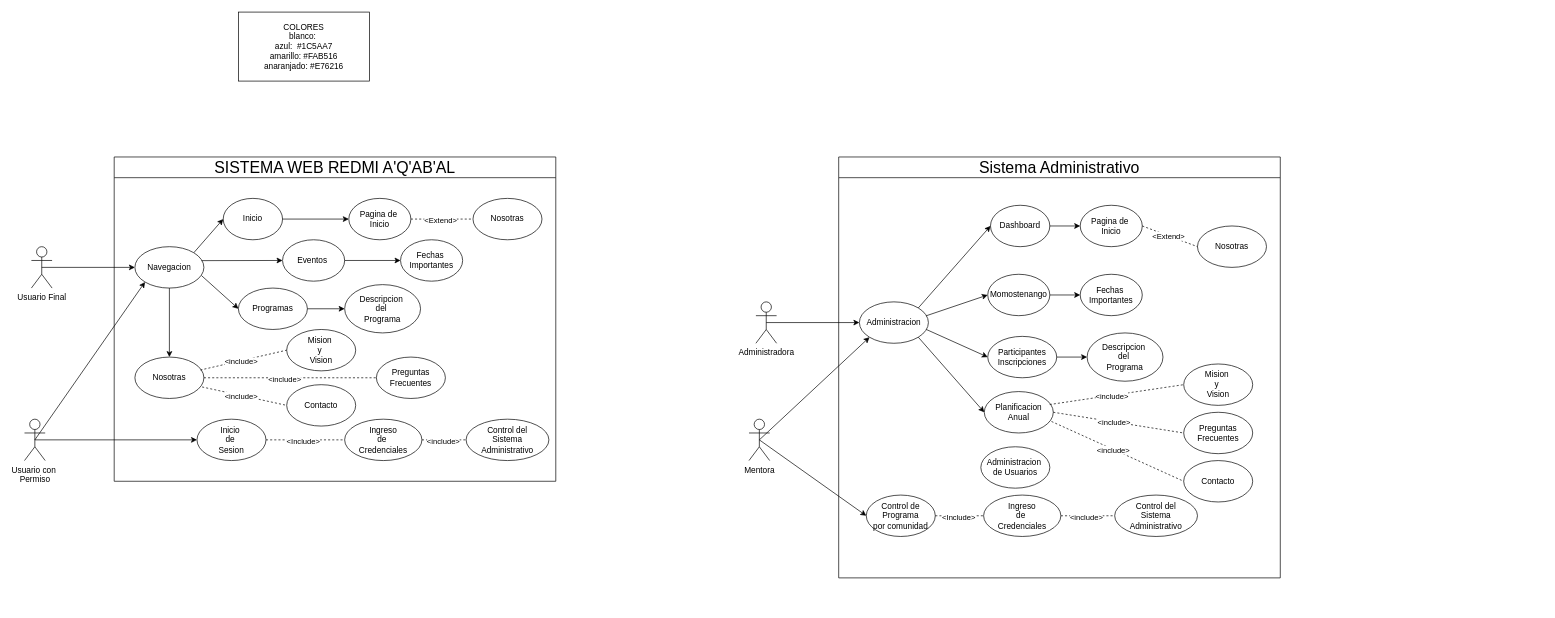
NealD00/Diagramin keeps this draw.io diagram as page "Casos de Uso" (2 of 2) of REDMI.drawio. Above is the earlier version. Source tidied: cells renumbered, new cells numbered last; positions are measured from the earlier drawing's top-left corner, leaving out a move shared by most shapes. Both pictures are drawn from the tidied source at 69%, with x=0, y=0 at pixel (24, 12).
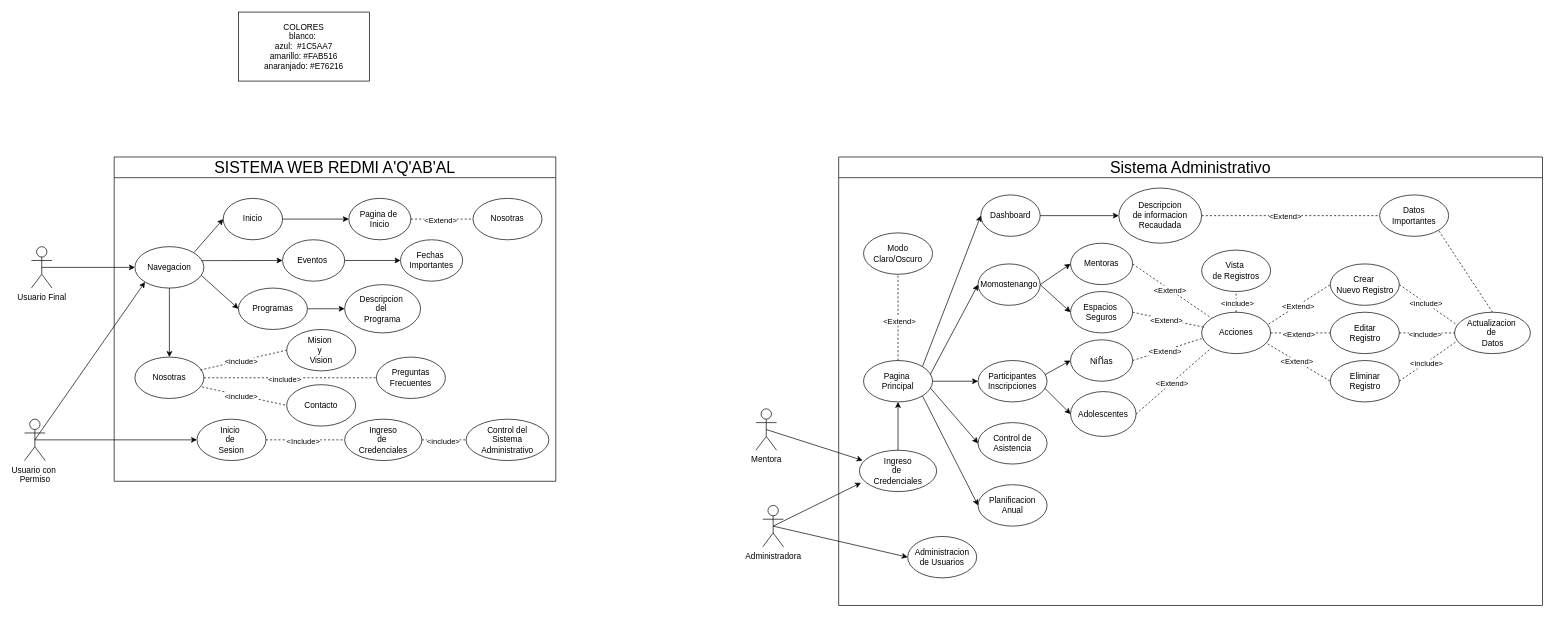
The same page after the edit.

Unchanged cells that the change refers to:
```xml
<mxCell id="12" value="Navegacion" style="ellipse;whiteSpace=wrap;html=1;" parent="3" vertex="1">
  <mxGeometry x="30" y="130" width="100" height="60" as="geometry" />
</mxCell>
```

What changed in the source:
```diff
@@
     <mxCell id="41" value="&lt;span style=&quot;font-size: 23px; font-weight: 400;&quot;&gt;Sistema Administrativo&lt;/span&gt;" style="swimlane;whiteSpace=wrap;html=1;startSize=30;fillColor=default;" parent="1" vertex="1">
-      <mxGeometry x="1180" y="210" width="640" height="610" as="geometry" />
+      <mxGeometry x="1180" y="210" width="1020" height="650" as="geometry" />
     </mxCell>
     <mxCell id="42" value="Dashboard" style="ellipse;whiteSpace=wrap;html=1;" parent="41" vertex="1">
-      <mxGeometry x="220" y="70" width="86" height="60" as="geometry" />
+      <mxGeometry x="206" y="55" width="86" height="60" as="geometry" />
     </mxCell>
-    <mxCell id="43" value="Pagina de&amp;nbsp;&lt;div&gt;Inicio&lt;/div&gt;" style="ellipse;whiteSpace=wrap;html=1;" parent="41" vertex="1">
-      <mxGeometry x="350" y="70" width="90" height="60" as="geometry" />
+    <mxCell id="43" value="Descripcion&lt;div&gt;de informacion&lt;/div&gt;&lt;div&gt;Recaudada&lt;/div&gt;" style="ellipse;whiteSpace=wrap;html=1;" parent="41" vertex="1">
+      <mxGeometry x="406" y="45" width="120" height="80" as="geometry" />
     </mxCell>
@@
     <mxCell id="45" value="Participantes&lt;div&gt;Inscripciones&lt;/div&gt;" style="ellipse;whiteSpace=wrap;html=1;" parent="41" vertex="1">
-      <mxGeometry x="216" y="260" width="100" height="60" as="geometry" />
+      <mxGeometry x="202" y="295" width="100" height="60" as="geometry" />
     </mxCell>
     <mxCell id="46" value="Momostenango" style="ellipse;whiteSpace=wrap;html=1;" parent="41" vertex="1">
-      <mxGeometry x="216" y="170" width="90" height="60" as="geometry" />
+      <mxGeometry x="202" y="155" width="90" height="60" as="geometry" />
     </mxCell>
-    <mxCell id="47" value="Fechas&amp;nbsp;&lt;div&gt;Importantes&lt;/div&gt;" style="ellipse;whiteSpace=wrap;html=1;" parent="41" vertex="1">
-      <mxGeometry x="350" y="170" width="90" height="60" as="geometry" />
+    <mxCell id="47" value="Mentoras" style="ellipse;whiteSpace=wrap;html=1;" parent="41" vertex="1">
+      <mxGeometry x="336" y="125" width="90" height="60" as="geometry" />
     </mxCell>
-    <mxCell id="48" value="Descripcion&amp;nbsp;&lt;div&gt;del&amp;nbsp;&lt;/div&gt;&lt;div&gt;Programa&lt;/div&gt;" style="ellipse;whiteSpace=wrap;html=1;" parent="41" vertex="1">
-      <mxGeometry x="360" y="255" width="110" height="70" as="geometry" />
+    <mxCell id="48" value="Ni&lt;span style=&quot;color: rgb(32, 33, 34); font-family: sans-serif; font-size: 16px; text-align: start; background-color: rgb(255, 255, 255);&quot;&gt;ñ&lt;/span&gt;as" style="ellipse;whiteSpace=wrap;html=1;" parent="41" vertex="1">
+      <mxGeometry x="336" y="265" width="90" height="60" as="geometry" />
     </mxCell>
     <mxCell id="49" value="Planificacion Anual" style="ellipse;whiteSpace=wrap;html=1;" parent="41" vertex="1">
-      <mxGeometry x="211" y="340" width="100" height="60" as="geometry" />
+      <mxGeometry x="202" y="475" width="100" height="60" as="geometry" />
     </mxCell>
-    <mxCell id="50" value="Administracion" style="ellipse;whiteSpace=wrap;html=1;" parent="41" vertex="1">
-      <mxGeometry x="30" y="210" width="100" height="60" as="geometry" />
+    <mxCell id="50" value="Pagina&amp;nbsp;&lt;div&gt;Principal&lt;/div&gt;" style="ellipse;whiteSpace=wrap;html=1;" parent="41" vertex="1">
+      <mxGeometry x="36" y="295" width="100" height="60" as="geometry" />
     </mxCell>
@@
-    <mxCell id="52" style="endArrow=classic;html=1;rounded=0;entryX=0;entryY=0.5;entryDx=0;entryDy=0;" parent="41" edge="1" target="45">
-      <mxGeometry relative="1" as="geometry">
-        <mxPoint x="127" y="250" as="sourcePoint" />
-      </mxGeometry>
+    <mxCell id="52" style="endArrow=classic;html=1;rounded=0;entryX=0;entryY=0.5;entryDx=0;entryDy=0;exitX=1;exitY=0.5;exitDx=0;exitDy=0;" parent="41" edge="1" source="50" target="45">
+      <mxGeometry relative="1" as="geometry" />
     </mxCell>
@@
-    <mxCell id="54" value="Control de Programa&lt;div&gt;por comunidad&lt;/div&gt;" style="ellipse;whiteSpace=wrap;html=1;" parent="41" vertex="1">
-      <mxGeometry x="40" y="490" width="100" height="60" as="geometry" />
-    </mxCell>
-    <mxCell id="55" style="endArrow=none;dashed=1;html=1;rounded=0;exitX=1;exitY=0.5;exitDx=0;exitDy=0;entryX=0;entryY=0.5;entryDx=0;entryDy=0;entryPerimeter=0;" parent="41" edge="1" source="54" target="57">
-      <mxGeometry relative="1" as="geometry" />
-    </mxCell>
-    <mxCell id="56" value="&amp;lt;Include&amp;gt;" style="edgeLabel;html=1;align=center;verticalAlign=middle;" parent="55" vertex="1">
-      <mxGeometry x="-0.07" y="-1" relative="1" as="geometry" />
-    </mxCell>
+    <mxCell id="63" style="endArrow=classic;html=1;rounded=0;entryX=0;entryY=0.5;entryDx=0;entryDy=0;exitX=1;exitY=0.5;exitDx=0;exitDy=0;" parent="41" edge="1" source="42" target="43">
+      <mxGeometry relative="1" as="geometry" />
+    </mxCell>
+    <mxCell id="64" style="endArrow=classic;html=1;rounded=0;entryX=0;entryY=0.5;entryDx=0;entryDy=0;exitX=1;exitY=0.5;exitDx=0;exitDy=0;" parent="41" edge="1" source="46" target="47">
+      <mxGeometry relative="1" as="geometry" />
+    </mxCell>
+    <mxCell id="65" style="endArrow=classic;html=1;rounded=0;entryX=0;entryY=0.5;entryDx=0;entryDy=0;exitX=0.972;exitY=0.339;exitDx=0;exitDy=0;exitPerimeter=0;" parent="41" edge="1" source="45" target="48">
+      <mxGeometry relative="1" as="geometry" />
+    </mxCell>
+    <mxCell id="69" value="Datos&lt;div&gt;Importantes&lt;/div&gt;" style="ellipse;whiteSpace=wrap;html=1;" parent="41" vertex="1">
+      <mxGeometry x="784" y="55" width="100" height="60" as="geometry" />
+    </mxCell>
+    <mxCell id="70" style="endArrow=none;dashed=1;html=1;rounded=0;entryX=0;entryY=0.5;entryDx=0;entryDy=0;" parent="41" edge="1" target="69">
+      <mxGeometry relative="1" as="geometry">
+        <mxPoint x="526" y="85" as="sourcePoint" />
+      </mxGeometry>
+    </mxCell>
+    <mxCell id="71" value="&amp;lt;Extend&amp;gt;" style="edgeLabel;html=1;align=center;verticalAlign=middle;" parent="70" vertex="1">
+      <mxGeometry x="-0.07" y="-1" relative="1" as="geometry" />
+    </mxCell>
+    <mxCell id="84" value="Modo&lt;div&gt;Claro/Oscuro&lt;/div&gt;" style="ellipse;whiteSpace=wrap;html=1;" parent="41" vertex="1">
+      <mxGeometry x="36" y="110" width="100" height="60" as="geometry" />
+    </mxCell>
+    <mxCell id="85" value="Acciones" style="ellipse;whiteSpace=wrap;html=1;" parent="41" vertex="1">
+      <mxGeometry x="526" y="225" width="100" height="60" as="geometry" />
+    </mxCell>
+    <mxCell id="86" value="Espacios&amp;nbsp;&lt;div&gt;Seguros&lt;/div&gt;" style="ellipse;whiteSpace=wrap;html=1;" parent="41" vertex="1">
+      <mxGeometry x="336" y="195" width="90" height="60" as="geometry" />
+    </mxCell>
+    <mxCell id="87" style="endArrow=classic;html=1;rounded=0;entryX=0;entryY=0.5;entryDx=0;entryDy=0;exitX=1;exitY=0.5;exitDx=0;exitDy=0;" parent="41" edge="1" source="46" target="86">
+      <mxGeometry relative="1" as="geometry" />
+    </mxCell>
+    <mxCell id="88" value="Crear&amp;nbsp;&lt;div&gt;Nuevo Registro&lt;/div&gt;" style="ellipse;whiteSpace=wrap;html=1;" parent="41" vertex="1">
+      <mxGeometry x="712.5" y="155" width="100" height="60" as="geometry" />
+    </mxCell>
+    <mxCell id="89" style="endArrow=none;dashed=1;html=1;rounded=0;exitX=0.973;exitY=0.284;exitDx=0;exitDy=0;entryX=0;entryY=0.5;entryDx=0;entryDy=0;exitPerimeter=0;" parent="41" edge="1" source="85" target="88">
+      <mxGeometry relative="1" as="geometry" />
+    </mxCell>
+    <mxCell id="90" value="&amp;lt;Extend&amp;gt;" style="edgeLabel;html=1;align=center;verticalAlign=middle;" parent="89" vertex="1">
+      <mxGeometry x="-0.07" y="-1" relative="1" as="geometry" />
+    </mxCell>
+    <mxCell id="91" value="Editar&lt;div&gt;Registro&lt;/div&gt;" style="ellipse;whiteSpace=wrap;html=1;" parent="41" vertex="1">
+      <mxGeometry x="712.5" y="225" width="100" height="60" as="geometry" />
+    </mxCell>
+    <mxCell id="92" style="endArrow=none;dashed=1;html=1;rounded=0;exitX=1;exitY=0.5;exitDx=0;exitDy=0;entryX=0;entryY=0.5;entryDx=0;entryDy=0;" parent="41" edge="1" source="85" target="91">
+      <mxGeometry relative="1" as="geometry" />
+    </mxCell>
+    <mxCell id="93" value="&amp;lt;Extend&amp;gt;" style="edgeLabel;html=1;align=center;verticalAlign=middle;" parent="92" vertex="1">
+      <mxGeometry x="-0.07" y="-1" relative="1" as="geometry" />
+    </mxCell>
+    <mxCell id="94" value="Eliminar&lt;div&gt;Registro&lt;/div&gt;" style="ellipse;whiteSpace=wrap;html=1;" parent="41" vertex="1">
+      <mxGeometry x="712.5" y="295" width="100" height="60" as="geometry" />
+    </mxCell>
+    <mxCell id="95" style="endArrow=none;dashed=1;html=1;rounded=0;exitX=0.958;exitY=0.765;exitDx=0;exitDy=0;entryX=0;entryY=0.5;entryDx=0;entryDy=0;exitPerimeter=0;" parent="41" edge="1" source="85" target="94">
+      <mxGeometry relative="1" as="geometry" />
+    </mxCell>
+    <mxCell id="96" value="&amp;lt;Extend&amp;gt;" style="edgeLabel;html=1;align=center;verticalAlign=middle;" parent="95" vertex="1">
+      <mxGeometry x="-0.07" y="-1" relative="1" as="geometry" />
+    </mxCell>
+    <mxCell id="97" value="Actualizacion&amp;nbsp;&lt;div&gt;de&amp;nbsp;&lt;/div&gt;&lt;div&gt;Datos&lt;/div&gt;" style="ellipse;whiteSpace=wrap;html=1;" parent="41" vertex="1">
+      <mxGeometry x="892.5" y="225" width="110" height="60" as="geometry" />
+    </mxCell>
+    <mxCell id="98" style="endArrow=none;dashed=1;html=1;rounded=0;exitX=1;exitY=0.5;exitDx=0;exitDy=0;entryX=0.035;entryY=0.697;entryDx=0;entryDy=0;entryPerimeter=0;" parent="41" edge="1" source="94" target="97">
+      <mxGeometry relative="1" as="geometry" />
+    </mxCell>
+    <mxCell id="99" value="&amp;lt;include&amp;gt;" style="edgeLabel;html=1;align=center;verticalAlign=middle;" parent="98" vertex="1">
+      <mxGeometry x="-0.07" y="-1" relative="1" as="geometry" />
+    </mxCell>
+    <mxCell id="100" style="endArrow=none;dashed=1;html=1;rounded=0;exitX=1;exitY=0.5;exitDx=0;exitDy=0;entryX=0.033;entryY=0.303;entryDx=0;entryDy=0;entryPerimeter=0;" parent="41" edge="1" source="88" target="97">
+      <mxGeometry relative="1" as="geometry" />
+    </mxCell>
+    <mxCell id="101" value="&amp;lt;include&amp;gt;" style="edgeLabel;html=1;align=center;verticalAlign=middle;" parent="100" vertex="1">
+      <mxGeometry x="-0.07" y="-1" relative="1" as="geometry" />
+    </mxCell>
+    <mxCell id="102" style="endArrow=none;dashed=1;html=1;rounded=0;exitX=1;exitY=0.5;exitDx=0;exitDy=0;entryX=0;entryY=0.5;entryDx=0;entryDy=0;" parent="41" edge="1" source="91" target="97">
+      <mxGeometry relative="1" as="geometry" />
+    </mxCell>
+    <mxCell id="103" value="&amp;lt;include&amp;gt;" style="edgeLabel;html=1;align=center;verticalAlign=middle;" parent="102" vertex="1">
+      <mxGeometry x="-0.07" y="-1" relative="1" as="geometry" />
+    </mxCell>
+    <mxCell id="104" value="&lt;div&gt;Adolescentes&lt;/div&gt;" style="ellipse;whiteSpace=wrap;html=1;" parent="41" vertex="1">
+      <mxGeometry x="336" y="340" width="95" height="65" as="geometry" />
+    </mxCell>
+    <mxCell id="105" style="endArrow=classic;html=1;rounded=0;entryX=0;entryY=0.5;entryDx=0;entryDy=0;exitX=0.966;exitY=0.668;exitDx=0;exitDy=0;exitPerimeter=0;" parent="41" edge="1" source="45" target="104">
+      <mxGeometry relative="1" as="geometry" />
+    </mxCell>
+    <mxCell id="106" style="endArrow=none;dashed=1;html=1;rounded=0;exitX=1;exitY=0.5;exitDx=0;exitDy=0;entryX=0;entryY=0;entryDx=0;entryDy=0;" parent="41" edge="1" source="47" target="85">
+      <mxGeometry relative="1" as="geometry" />
+    </mxCell>
+    <mxCell id="107" value="&amp;lt;Extend&amp;gt;" style="edgeLabel;html=1;align=center;verticalAlign=middle;" parent="106" vertex="1">
+      <mxGeometry x="-0.07" y="-1" relative="1" as="geometry" />
+    </mxCell>
+    <mxCell id="108" style="endArrow=none;dashed=1;html=1;rounded=0;exitX=1;exitY=0.5;exitDx=0;exitDy=0;entryX=0.058;entryY=0.371;entryDx=0;entryDy=0;entryPerimeter=0;" parent="41" edge="1" source="86" target="85">
+      <mxGeometry relative="1" as="geometry" />
+    </mxCell>
+    <mxCell id="109" value="&amp;lt;Extend&amp;gt;" style="edgeLabel;html=1;align=center;verticalAlign=middle;" parent="108" vertex="1">
+      <mxGeometry x="-0.07" y="-1" relative="1" as="geometry" />
+    </mxCell>
+    <mxCell id="110" style="endArrow=none;dashed=1;html=1;rounded=0;exitX=1;exitY=0.5;exitDx=0;exitDy=0;entryX=0.003;entryY=0.635;entryDx=0;entryDy=0;entryPerimeter=0;" parent="41" edge="1" source="48" target="85">
+      <mxGeometry relative="1" as="geometry" />
+    </mxCell>
+    <mxCell id="111" value="&amp;lt;Extend&amp;gt;" style="edgeLabel;html=1;align=center;verticalAlign=middle;" parent="110" vertex="1">
+      <mxGeometry x="-0.07" y="-1" relative="1" as="geometry" />
+    </mxCell>
+    <mxCell id="112" style="endArrow=none;dashed=1;html=1;rounded=0;exitX=1;exitY=0.5;exitDx=0;exitDy=0;entryX=0;entryY=1;entryDx=0;entryDy=0;" parent="41" edge="1" source="104" target="85">
+      <mxGeometry relative="1" as="geometry" />
+    </mxCell>
+    <mxCell id="113" value="&amp;lt;Extend&amp;gt;" style="edgeLabel;html=1;align=center;verticalAlign=middle;" parent="112" vertex="1">
+      <mxGeometry x="-0.07" y="-1" relative="1" as="geometry" />
+    </mxCell>
+    <mxCell id="114" value="Vista&amp;nbsp;&lt;div&gt;de Registros&lt;/div&gt;" style="ellipse;whiteSpace=wrap;html=1;" parent="41" vertex="1">
+      <mxGeometry x="526" y="135" width="100" height="60" as="geometry" />
+    </mxCell>
+    <mxCell id="115" style="endArrow=none;dashed=1;html=1;rounded=0;exitX=0.5;exitY=0;exitDx=0;exitDy=0;entryX=0.5;entryY=1;entryDx=0;entryDy=0;" parent="41" edge="1" source="85" target="114">
+      <mxGeometry relative="1" as="geometry" />
+    </mxCell>
+    <mxCell id="116" value="&amp;lt;include&amp;gt;" style="edgeLabel;html=1;align=center;verticalAlign=middle;" parent="115" vertex="1">
+      <mxGeometry x="-0.07" y="-1" relative="1" as="geometry" />
+    </mxCell>
+    <mxCell id="117" style="endArrow=none;dashed=1;html=1;rounded=0;exitX=0.5;exitY=0;exitDx=0;exitDy=0;entryX=1;entryY=1;entryDx=0;entryDy=0;" parent="41" edge="1" source="97" target="69">
+      <mxGeometry relative="1" as="geometry" />
+    </mxCell>
+    <mxCell id="81" value="Administracion&lt;div&gt;de Usuarios&lt;/div&gt;" style="ellipse;whiteSpace=wrap;html=1;" parent="41" vertex="1">
+      <mxGeometry x="100" y="550" width="100" height="60" as="geometry" />
+    </mxCell>
     <mxCell id="57" value="Ingreso&lt;div&gt;de&amp;nbsp;&lt;/div&gt;&lt;div&gt;Credenciales&lt;/div&gt;" style="ellipse;whiteSpace=wrap;html=1;" parent="41" vertex="1">
-      <mxGeometry x="210" y="490" width="112" height="60" as="geometry" />
+      <mxGeometry x="30" y="425" width="112" height="60" as="geometry" />
     </mxCell>
+    <mxCell id="118" value="Control de&lt;div&gt;Asistencia&lt;/div&gt;" style="ellipse;whiteSpace=wrap;html=1;" parent="41" vertex="1">
+      <mxGeometry x="202" y="385" width="100" height="60" as="geometry" />
+    </mxCell>
+    <mxCell id="119" style="endArrow=classic;html=1;rounded=0;entryX=0;entryY=0.5;entryDx=0;entryDy=0;" parent="41" edge="1" target="118">
+      <mxGeometry relative="1" as="geometry">
+        <mxPoint x="133" y="335" as="sourcePoint" />
+      </mxGeometry>
+    </mxCell>
+    <mxCell id="120" style="endArrow=classic;html=1;rounded=0;exitX=0.5;exitY=0;exitDx=0;exitDy=0;entryX=0.5;entryY=1;entryDx=0;entryDy=0;" parent="41" edge="1" source="57" target="50">
+      <mxGeometry relative="1" as="geometry" />
+    </mxCell>
+    <mxCell id="121" style="endArrow=none;dashed=1;html=1;rounded=0;entryX=0.5;entryY=1;entryDx=0;entryDy=0;exitX=0.5;exitY=0;exitDx=0;exitDy=0;" parent="41" edge="1" source="50" target="84">
+      <mxGeometry relative="1" as="geometry" />
+    </mxCell>
+    <mxCell id="122" value="&amp;lt;Extend&amp;gt;" style="edgeLabel;html=1;align=center;verticalAlign=middle;" parent="121" vertex="1">
+      <mxGeometry x="-0.07" y="-1" relative="1" as="geometry" />
+    </mxCell>
+    <mxCell id="82" value="Usuario Final" style="shape=umlActor;verticalLabelPosition=bottom;verticalAlign=top;html=1;outlineConnect=0;" parent="1" vertex="1">
+      <mxGeometry x="10" y="340" width="30" height="60" as="geometry" />
+    </mxCell>
+    <mxCell id="83" style="endArrow=classic;html=1;rounded=0;entryX=0;entryY=0.5;entryDx=0;entryDy=0;exitX=0.5;exitY=0.5;exitDx=0;exitDy=0;exitPerimeter=0;" parent="1" edge="1" source="82" target="12">
+      <mxGeometry relative="1" as="geometry" />
+    </mxCell>
-    <mxCell id="58" value="Administradora" style="shape=umlActor;verticalLabelPosition=bottom;verticalAlign=top;html=1;outlineConnect=0;" parent="41" vertex="1">
-      <mxGeometry x="-120" y="210" width="30" height="60" as="geometry" />
+    <mxCell id="58" value="Mentora" style="shape=umlActor;verticalLabelPosition=bottom;verticalAlign=top;html=1;outlineConnect=0;" parent="1" vertex="1">
+      <mxGeometry x="1060" y="575" width="30" height="60" as="geometry" />
     </mxCell>
-    <mxCell id="59" value="Mentora" style="shape=umlActor;verticalLabelPosition=bottom;verticalAlign=top;html=1;outlineConnect=0;" parent="41" vertex="1">
-      <mxGeometry x="-130" y="380" width="30" height="60" as="geometry" />
+    <mxCell id="59" value="Administradora" style="shape=umlActor;verticalLabelPosition=bottom;verticalAlign=top;html=1;outlineConnect=0;" parent="1" vertex="1">
+      <mxGeometry x="1070" y="715" width="30" height="60" as="geometry" />
     </mxCell>
-    <mxCell id="60" style="endArrow=classic;html=1;rounded=0;entryX=0;entryY=0.5;entryDx=0;entryDy=0;exitX=0.5;exitY=0.5;exitDx=0;exitDy=0;exitPerimeter=0;" parent="41" edge="1" source="58" target="50">
+    <mxCell id="60" style="endArrow=classic;html=1;rounded=0;entryX=0.041;entryY=0.245;entryDx=0;entryDy=0;exitX=0.5;exitY=0.5;exitDx=0;exitDy=0;exitPerimeter=0;entryPerimeter=0;" parent="1" edge="1" source="58" target="57">
       <mxGeometry relative="1" as="geometry" />
     </mxCell>
-    <mxCell id="61" style="endArrow=classic;html=1;rounded=0;entryX=0;entryY=1;entryDx=0;entryDy=0;exitX=0.5;exitY=0.5;exitDx=0;exitDy=0;exitPerimeter=0;" parent="41" edge="1" source="59" target="50">
-      <mxGeometry relative="1" as="geometry" />
-    </mxCell>
-    <mxCell id="62" style="endArrow=classic;html=1;rounded=0;entryX=0;entryY=0.5;entryDx=0;entryDy=0;exitX=0.5;exitY=0.5;exitDx=0;exitDy=0;exitPerimeter=0;" parent="41" edge="1" source="59" target="54">
+    <mxCell id="62" style="endArrow=classic;html=1;rounded=0;entryX=0.02;entryY=0.788;entryDx=0;entryDy=0;exitX=0.5;exitY=0.5;exitDx=0;exitDy=0;exitPerimeter=0;entryPerimeter=0;" parent="1" edge="1" source="59" target="57">
       <mxGeometry relative="1" as="geometry" />
     </mxCell>
-    <mxCell id="63" style="endArrow=classic;html=1;rounded=0;entryX=0;entryY=0.5;entryDx=0;entryDy=0;exitX=1;exitY=0.5;exitDx=0;exitDy=0;" parent="41" edge="1" source="42" target="43">
-      <mxGeometry relative="1" as="geometry" />
-    </mxCell>
-    <mxCell id="64" style="endArrow=classic;html=1;rounded=0;entryX=0;entryY=0.5;entryDx=0;entryDy=0;exitX=1;exitY=0.5;exitDx=0;exitDy=0;" parent="41" edge="1" source="46" target="47">
-      <mxGeometry relative="1" as="geometry" />
-    </mxCell>
-    <mxCell id="65" style="endArrow=classic;html=1;rounded=0;entryX=0;entryY=0.5;entryDx=0;entryDy=0;exitX=1;exitY=0.5;exitDx=0;exitDy=0;" parent="41" edge="1" source="45" target="48">
-      <mxGeometry relative="1" as="geometry" />
-    </mxCell>
-    <mxCell id="66" value="Mision&amp;nbsp;&lt;div&gt;y&amp;nbsp;&lt;/div&gt;&lt;div&gt;Vision&lt;/div&gt;" style="ellipse;whiteSpace=wrap;html=1;" parent="41" vertex="1">
-      <mxGeometry x="500" y="300" width="100" height="60" as="geometry" />
-    </mxCell>
-    <mxCell id="67" style="endArrow=none;dashed=1;html=1;rounded=0;exitX=0.948;exitY=0.313;exitDx=0;exitDy=0;entryX=0;entryY=0.5;entryDx=0;entryDy=0;exitPerimeter=0;" parent="41" edge="1" source="49" target="66">
-      <mxGeometry relative="1" as="geometry" />
-    </mxCell>
-    <mxCell id="68" value="&amp;lt;include&amp;gt;" style="edgeLabel;html=1;align=center;verticalAlign=middle;" parent="67" vertex="1">
-      <mxGeometry x="-0.07" y="-1" relative="1" as="geometry" />
-    </mxCell>
-    <mxCell id="69" value="Nosotras" style="ellipse;whiteSpace=wrap;html=1;" parent="41" vertex="1">
-      <mxGeometry x="520" y="100" width="100" height="60" as="geometry" />
-    </mxCell>
-    <mxCell id="70" style="endArrow=none;dashed=1;html=1;rounded=0;exitX=1;exitY=0.5;exitDx=0;exitDy=0;entryX=0;entryY=0.5;entryDx=0;entryDy=0;" parent="41" edge="1" source="43" target="69">
-      <mxGeometry relative="1" as="geometry" />
-    </mxCell>
-    <mxCell id="71" value="&amp;lt;Extend&amp;gt;" style="edgeLabel;html=1;align=center;verticalAlign=middle;" parent="70" vertex="1">
-      <mxGeometry x="-0.07" y="-1" relative="1" as="geometry" />
-    </mxCell>
-    <mxCell id="72" value="Preguntas Frecuentes" style="ellipse;whiteSpace=wrap;html=1;" parent="41" vertex="1">
-      <mxGeometry x="500" y="370" width="100" height="60" as="geometry" />
-    </mxCell>
-    <mxCell id="73" style="endArrow=none;dashed=1;html=1;rounded=0;exitX=1;exitY=0.5;exitDx=0;exitDy=0;entryX=0;entryY=0.5;entryDx=0;entryDy=0;" parent="41" edge="1" source="49" target="72">
-      <mxGeometry relative="1" as="geometry" />
-    </mxCell>
-    <mxCell id="74" value="&amp;lt;include&amp;gt;" style="edgeLabel;html=1;align=center;verticalAlign=middle;" parent="73" vertex="1">
-      <mxGeometry x="-0.07" y="-1" relative="1" as="geometry" />
-    </mxCell>
-    <mxCell id="75" value="Contacto" style="ellipse;whiteSpace=wrap;html=1;" parent="41" vertex="1">
-      <mxGeometry x="500" y="440" width="100" height="60" as="geometry" />
-    </mxCell>
-    <mxCell id="76" style="endArrow=none;dashed=1;html=1;rounded=0;exitX=0.974;exitY=0.722;exitDx=0;exitDy=0;entryX=0;entryY=0.5;entryDx=0;entryDy=0;exitPerimeter=0;" parent="41" edge="1" source="49" target="75">
-      <mxGeometry relative="1" as="geometry" />
-    </mxCell>
-    <mxCell id="77" value="&amp;lt;include&amp;gt;" style="edgeLabel;html=1;align=center;verticalAlign=middle;" parent="76" vertex="1">
-      <mxGeometry x="-0.07" y="-1" relative="1" as="geometry" />
-    </mxCell>
-    <mxCell id="78" value="Control del&lt;div&gt;Sistema Administrativo&lt;/div&gt;" style="ellipse;whiteSpace=wrap;html=1;" parent="41" vertex="1">
-      <mxGeometry x="400" y="490" width="120" height="60" as="geometry" />
-    </mxCell>
-    <mxCell id="79" style="endArrow=none;dashed=1;html=1;rounded=0;exitX=1;exitY=0.5;exitDx=0;exitDy=0;entryX=0;entryY=0.5;entryDx=0;entryDy=0;" parent="41" edge="1" source="57" target="78">
-      <mxGeometry relative="1" as="geometry" />
-    </mxCell>
-    <mxCell id="80" value="&amp;lt;include&amp;gt;" style="edgeLabel;html=1;align=center;verticalAlign=middle;" parent="79" vertex="1">
-      <mxGeometry x="-0.07" y="-1" relative="1" as="geometry" />
-    </mxCell>
-    <mxCell id="81" value="Administracion&amp;nbsp;&lt;div&gt;de Usuarios&lt;/div&gt;" style="ellipse;whiteSpace=wrap;html=1;" parent="41" vertex="1">
-      <mxGeometry x="206" y="420" width="100" height="60" as="geometry" />
-    </mxCell>
-    <mxCell id="82" value="Usuario Final" style="shape=umlActor;verticalLabelPosition=bottom;verticalAlign=top;html=1;outlineConnect=0;" parent="1" vertex="1">
-      <mxGeometry x="10" y="340" width="30" height="60" as="geometry" />
-    </mxCell>
-    <mxCell id="83" style="endArrow=classic;html=1;rounded=0;entryX=0;entryY=0.5;entryDx=0;entryDy=0;exitX=0.5;exitY=0.5;exitDx=0;exitDy=0;exitPerimeter=0;" parent="1" edge="1" source="82" target="12">
-      <mxGeometry relative="1" as="geometry" />
-    </mxCell>
+    <mxCell id="123" style="endArrow=classic;html=1;rounded=0;entryX=0;entryY=0.5;entryDx=0;entryDy=0;exitX=0.5;exitY=0.5;exitDx=0;exitDy=0;exitPerimeter=0;" parent="1" edge="1" source="59" target="81">
+      <mxGeometry relative="1" as="geometry" />
+    </mxCell>
```
